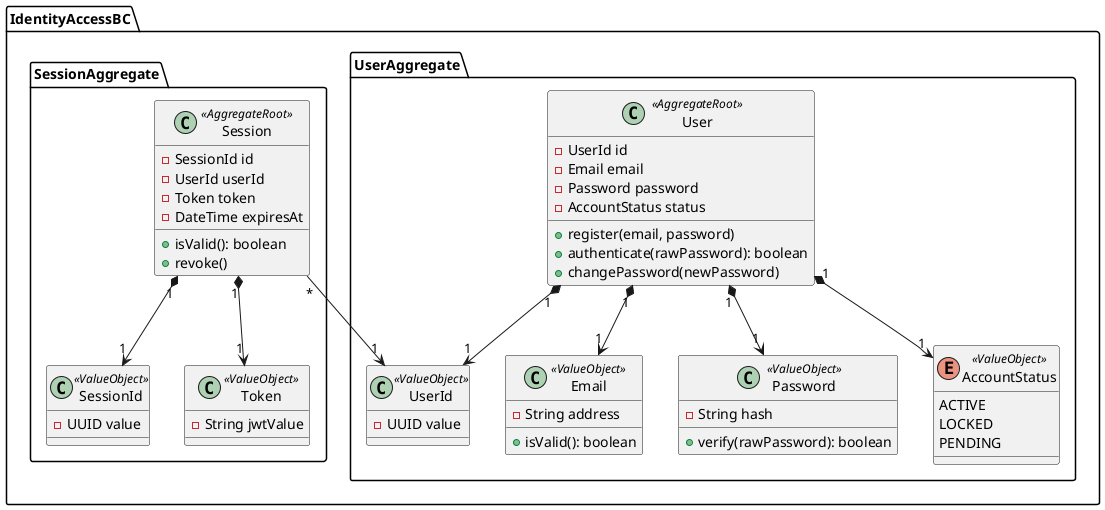
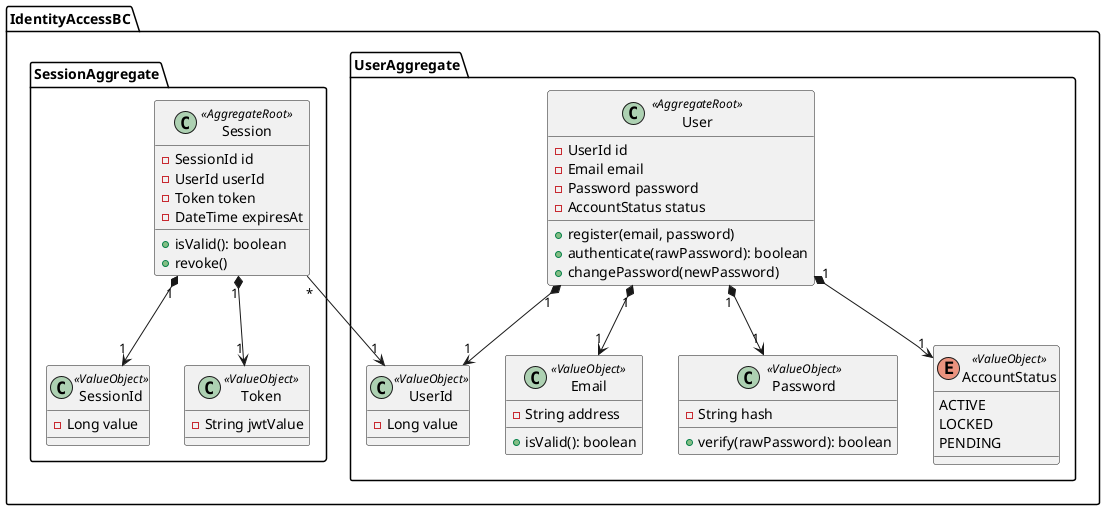
@startuml "Class Diagram - Contexto de Identidad y Acceso"

package IdentityAccessBC {

    package UserAggregate {
        class User <<AggregateRoot>> {
            - UserId id
            - Email email
            - Password password
            - AccountStatus status
            + register(email, password)
            + authenticate(rawPassword): boolean
            + changePassword(newPassword)
        }

        class UserId <<ValueObject>> {
-             - UUID value
+             - Long value
        }

        class Email <<ValueObject>> {
            - String address
            + isValid(): boolean
        }

        class Password <<ValueObject>> {
            - String hash
            + verify(rawPassword): boolean
        }

        enum AccountStatus <<ValueObject>> {
            ACTIVE
            LOCKED
            PENDING
        }
    }

    package SessionAggregate {
        class Session <<AggregateRoot>> {
            - SessionId id
            - UserId userId
            - Token token
            - DateTime expiresAt
            + isValid(): boolean
            + revoke()
        }

        class SessionId <<ValueObject>> {
-             - UUID value
+             - Long value
        }

        class Token <<ValueObject>> {
            - String jwtValue
        }
    }
}

' Relaciones estructurales del Agregado User
User "1" *--> "1" UserId
User "1" *--> "1" Email
User "1" *--> "1" Password
User "1" *--> "1" AccountStatus

' Relaciones estructurales del Agregado Session
Session "1" *--> "1" SessionId
Session "1" *--> "1" Token

' Relación entre Bounded Contexts / Agregados (Por ID, regla de oro en DDD)
Session "*" --> "1" UserId

@enduml